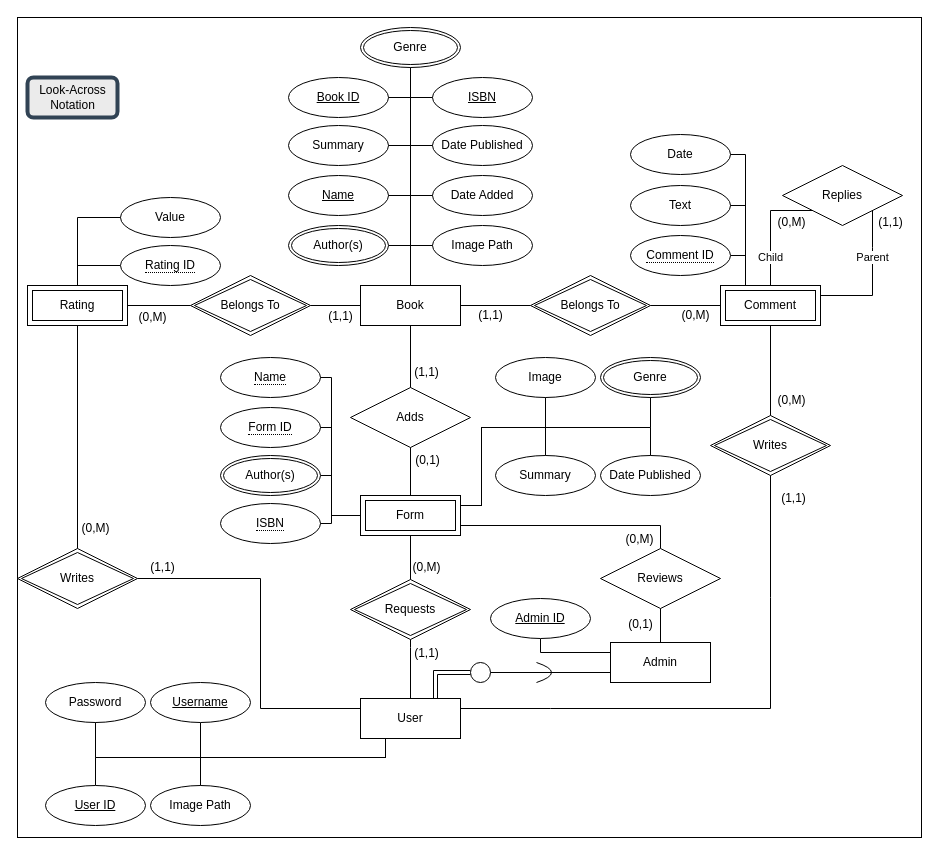
The draw.io diagram BDB_ERD.drawio in theinsurgentarchive/BDB, before the edit. Source tidied: cells renumbered, new cells numbered last; positions are measured from the earlier drawing's top-left corner, leaving out a move shared by most shapes. Both pictures are drawn from the tidied source at 100%, with x=0, y=0 at pixel (17, 17).
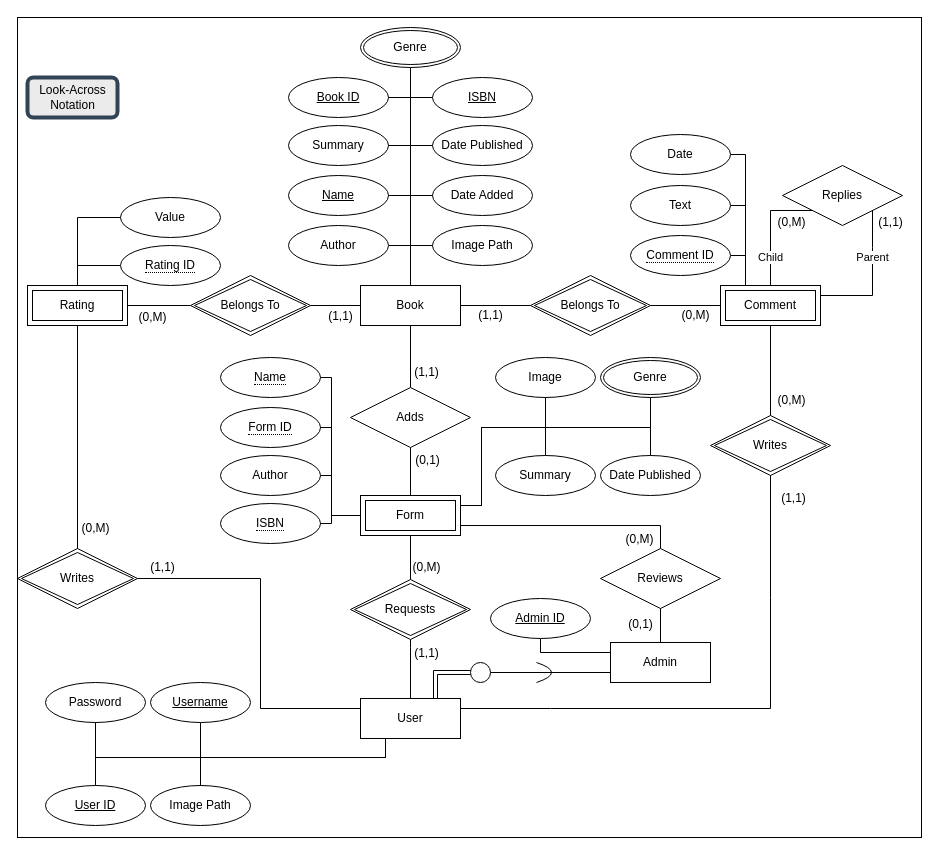
After the change.

Commit message (it also covers changes not shown here):
reverted changes to ERD, RM, and Create_SQL

The change refers to these unchanged cells:
```xml
<mxCell id="3" value="&lt;div&gt;Book&lt;/div&gt;" style="whiteSpace=wrap;html=1;align=center;" parent="1" vertex="1">
  <mxGeometry x="343" y="268" width="100" height="40" as="geometry" />
</mxCell>
```

The edit, as a diff of the source:
```diff
@@
-    <mxCell id="101" style="endArrow=none;html=1;rounded=0;entryX=0.5;entryY=0;entryDx=0;entryDy=0;exitX=1;exitY=0.5;exitDx=0;exitDy=0;" parent="1" edge="1" source="106" target="3">
+    <mxCell id="101" style="endArrow=none;html=1;rounded=0;entryX=0.5;entryY=0;entryDx=0;entryDy=0;exitX=1;exitY=0.5;exitDx=0;exitDy=0;" parent="1" edge="1" source="108" target="3">
       <mxGeometry relative="1" as="geometry">
         <Array as="points">
           <mxPoint x="393" y="228" />
         </Array>
       </mxGeometry>
     </mxCell>
@@
-    <mxCell id="106" value="Author(s)" style="ellipse;shape=doubleEllipse;margin=3;whiteSpace=wrap;html=1;align=center;" parent="1" vertex="1">
-      <mxGeometry x="271" y="208" width="100" height="40" as="geometry" />
-    </mxCell>
-    <mxCell id="107" value="Author(s)" style="ellipse;shape=doubleEllipse;margin=3;whiteSpace=wrap;html=1;align=center;" parent="1" vertex="1">
+    <mxCell id="107" value="&lt;span style=&quot;color: rgb(0, 0, 0);&quot;&gt;Author&lt;/span&gt;" style="ellipse;whiteSpace=wrap;html=1;align=center;" parent="1" vertex="1">
       <mxGeometry x="203" y="438" width="100" height="40" as="geometry" />
     </mxCell>
+    <mxCell id="108" value="&lt;span style=&quot;color: rgb(0, 0, 0);&quot;&gt;Author&lt;/span&gt;" style="ellipse;whiteSpace=wrap;html=1;align=center;" parent="1" vertex="1">
+      <mxGeometry x="271" y="208" width="100" height="40" as="geometry" />
+    </mxCell>
```
